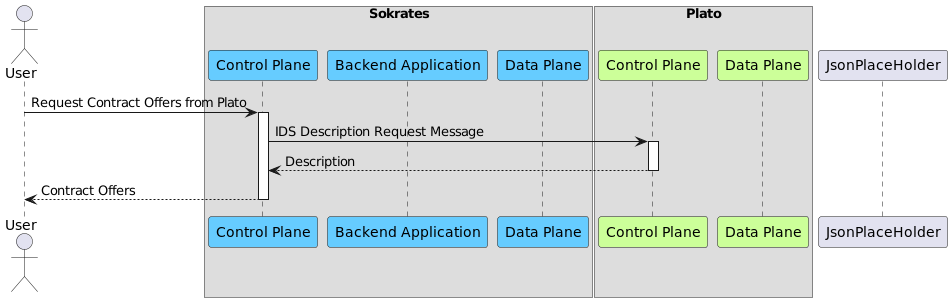
Before: docs/data-transfer/diagrams/transfer_sequence_2.png, a diagram exported from PlantUML (catenax-ng/catena-x-edc).
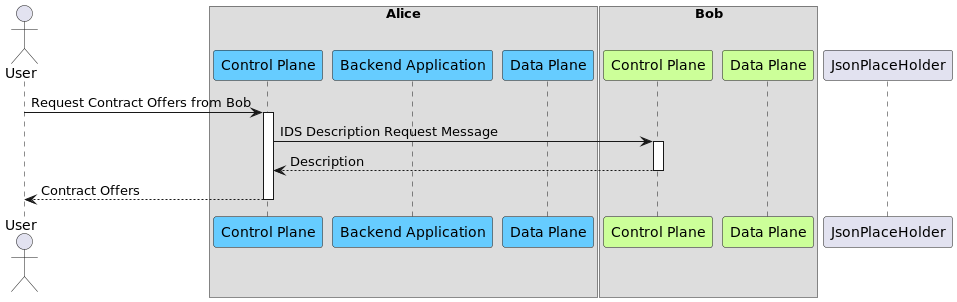
Above is the later version.

Change to the diagram source:
```diff
@@ -1,27 +1,27 @@
 @startuml
 
-!define sokratesColor 66CCFF
-!define platoColor CCFF99
+!define aliceColor 66CCFF
+!define bobColor CCFF99
 !define dapsColor FFFF99
 !define noteColor 9999FF
 
 actor User as "User"
 
-box Sokrates
-    participant SokratesControlPlane as "Control Plane" #sokratesColor
-    participant SokratesBackendService as "Backend Application" #sokratesColor
-    participant SokratesDataPlane as "Data Plane" #sokratesColor
+box Alice
+    participant AliceControlPlane as "Control Plane" #aliceColor
+    participant AliceBackendService as "Backend Application" #aliceColor
+    participant AliceDataPlane as "Data Plane" #aliceColor
 end box
 
-box Plato
-    participant PlatoControlPlane as "Control Plane" #platoColor
-    participant PlatoDataPlane as "Data Plane" #platoColor
+box Bob
+    participant BobControlPlane as "Control Plane" #bobColor
+    participant BobDataPlane as "Data Plane" #bobColor
 end box
 
 participant JsonPlaceHolder as "JsonPlaceHolder"
 
-User -> SokratesControlPlane ++ : Request Contract Offers from Plato
-    SokratesControlPlane -> PlatoControlPlane ++ : IDS Description Request Message
+User -> AliceControlPlane ++ : Request Contract Offers from Bob
+    AliceControlPlane -> BobControlPlane ++ : IDS Description Request Message
     return Description
 return Contract Offers
 
```
